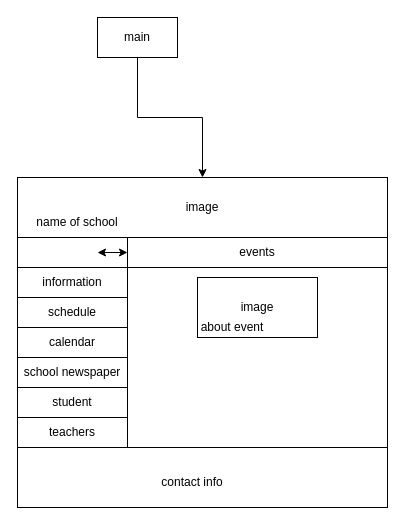
AdamDenis/programare-WEB keeps this draw.io diagram as сайт школы.drawio. Above is the earlier version. Source tidied: cells renumbered, new cells numbered last; positions are measured from the earlier drawing's top-left corner, leaving out a move shared by most shapes. Both pictures are drawn from the tidied source at 100%, with x=0, y=0 at pixel (17, 17).
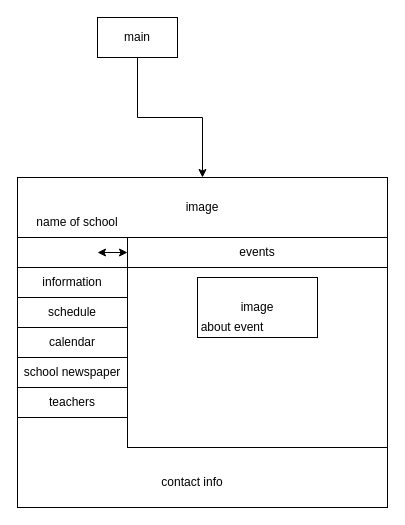
Above is the later version.

What changed in the source:
```diff
@@
-    <mxCell id="17" value="student" style="rounded=0;whiteSpace=wrap;html=1;" parent="1" vertex="1">
-      <mxGeometry y="370" width="110" height="30" as="geometry" />
-    </mxCell>
     <mxCell id="18" value="teachers" style="rounded=0;whiteSpace=wrap;html=1;" parent="1" vertex="1">
-      <mxGeometry y="400" width="110" height="30" as="geometry" />
+      <mxGeometry y="370" width="110" height="30" as="geometry" />
     </mxCell>
```
